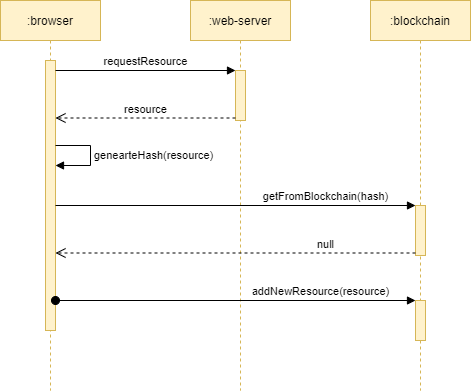
This is resource-assurer/docs/add-new-resource.png from PoladMahmudov/master-thesis, a draw.io export, as it was before one commit. Source tidied: cells renumbered, new cells last; positions are measured from the earlier drawing's top-left corner, leaving out a move shared by most shapes.
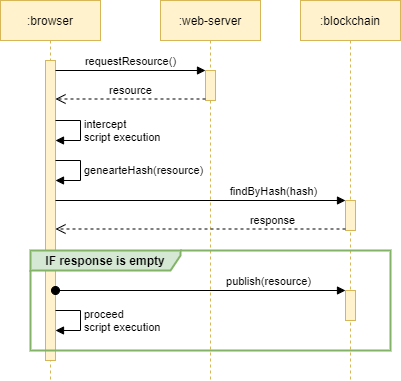
The same diagram one commit later.

What changed in the source:
```diff
@@ -3,48 +3,75 @@
     <mxCell id="0" />
     <mxCell id="1" parent="0" />
     <mxCell id="2" value=":browser" style="shape=umlLifeline;perimeter=lifelinePerimeter;whiteSpace=wrap;html=1;fillColor=#fff2cc;strokeColor=#d6b656;" parent="1" vertex="1">
-      <mxGeometry width="100" height="390" as="geometry" />
+      <mxGeometry width="100" height="380" as="geometry" />
     </mxCell>
     <mxCell id="3" style="html=1;points=[];perimeter=orthogonalPerimeter;fillColor=#fff2cc;strokeColor=#d6b656;" parent="2" vertex="1">
-      <mxGeometry x="45" y="60" width="10" height="270" as="geometry" />
+      <mxGeometry x="45" y="60" width="10" height="300" as="geometry" />
     </mxCell>
-    <mxCell id="4" value="genearteHash(resource)" style="edgeStyle=orthogonalEdgeStyle;html=1;align=left;spacingLeft=2;endArrow=block;rounded=0;" parent="2" edge="1" source="3" target="3">
+    <mxCell id="4" value="genearteHash(resource)" style="edgeStyle=orthogonalEdgeStyle;html=1;align=left;spacingLeft=2;endArrow=block;rounded=0;" parent="2" edge="1">
       <mxGeometry relative="1" as="geometry">
+        <mxPoint x="55" y="160" as="sourcePoint" />
+        <mxPoint x="55" y="180" as="targetPoint" />
         <Array as="points">
-          <mxPoint x="90" y="145" />
-          <mxPoint x="90" y="165" />
+          <mxPoint x="80" y="160" />
+          <mxPoint x="80" y="180" />
         </Array>
       </mxGeometry>
     </mxCell>
+    <mxCell id="15" value="intercept &lt;br&gt;script execution" style="edgeStyle=orthogonalEdgeStyle;html=1;align=left;spacingLeft=2;endArrow=block;rounded=0;" parent="2" edge="1" source="3" target="3">
+      <mxGeometry relative="1" as="geometry">
+        <Array as="points">
+          <mxPoint x="80" y="120" />
+          <mxPoint x="80" y="140" />
+        </Array>
+      </mxGeometry>
+    </mxCell>
+    <mxCell id="16" value="proceed&lt;br&gt;script execution" style="edgeStyle=orthogonalEdgeStyle;html=1;align=left;spacingLeft=2;endArrow=block;rounded=0;" parent="2" edge="1" source="3" target="3">
+      <mxGeometry relative="1" as="geometry">
+        <Array as="points">
+          <mxPoint x="80" y="310" />
+          <mxPoint x="80" y="330" />
+        </Array>
+      </mxGeometry>
+    </mxCell>
     <mxCell id="5" value=":blockchain" style="shape=umlLifeline;perimeter=lifelinePerimeter;whiteSpace=wrap;html=1;fillColor=#fff2cc;strokeColor=#d6b656;" parent="1" vertex="1">
-      <mxGeometry x="370" width="100" height="390" as="geometry" />
+      <mxGeometry x="300" width="100" height="380" as="geometry" />
     </mxCell>
     <mxCell id="6" style="html=1;points=[];perimeter=orthogonalPerimeter;fillColor=#fff2cc;strokeColor=#d6b656;" parent="5" vertex="1">
-      <mxGeometry x="45" y="205" width="10" height="50" as="geometry" />
+      <mxGeometry x="45" y="200" width="10" height="30" as="geometry" />
     </mxCell>
     <mxCell id="7" style="html=1;points=[];perimeter=orthogonalPerimeter;fillColor=#fff2cc;strokeColor=#d6b656;" parent="5" vertex="1">
-      <mxGeometry x="45" y="300" width="10" height="40" as="geometry" />
+      <mxGeometry x="45" y="290" width="10" height="30" as="geometry" />
     </mxCell>
     <mxCell id="8" value=":web-server" style="shape=umlLifeline;perimeter=lifelinePerimeter;whiteSpace=wrap;html=1;fillColor=#fff2cc;strokeColor=#d6b656;" parent="1" vertex="1">
-      <mxGeometry x="190" width="100" height="390" as="geometry" />
+      <mxGeometry x="160" width="100" height="380" as="geometry" />
     </mxCell>
     <mxCell id="9" style="html=1;points=[];perimeter=orthogonalPerimeter;fillColor=#fff2cc;strokeColor=#d6b656;" parent="8" vertex="1">
-      <mxGeometry x="45" y="70" width="10" height="50" as="geometry" />
+      <mxGeometry x="45" y="70" width="10" height="30" as="geometry" />
     </mxCell>
-    <mxCell id="10" value="requestResource" style="html=1;verticalAlign=bottom;endArrow=block;entryX=0;entryY=0;" parent="1" edge="1" source="3" target="9">
+    <mxCell id="10" value="requestResource()" style="html=1;verticalAlign=bottom;endArrow=block;entryX=0;entryY=0;" parent="1" edge="1" source="3" target="9">
       <mxGeometry relative="1" as="geometry" />
     </mxCell>
     <mxCell id="11" value="resource" style="html=1;verticalAlign=bottom;endArrow=open;dashed=1;endSize=8;exitX=0;exitY=0.95;" parent="1" edge="1" source="9" target="3">
       <mxGeometry relative="1" as="geometry" />
     </mxCell>
-    <mxCell id="12" value="getFromBlockchain(hash)" style="html=1;verticalAlign=bottom;endArrow=block;entryX=0;entryY=0;" parent="1" edge="1" source="3" target="6">
-      <mxGeometry x="0.5" relative="1" as="geometry" />
+    <mxCell id="12" value="findByHash(hash)" style="html=1;verticalAlign=bottom;endArrow=block;entryX=0;entryY=0;" parent="1" edge="1" target="6">
+      <mxGeometry x="0.5" relative="1" as="geometry">
+        <mxPoint x="55" y="200" as="sourcePoint" />
+      </mxGeometry>
     </mxCell>
-    <mxCell id="13" value="null" style="html=1;verticalAlign=bottom;endArrow=open;dashed=1;endSize=8;exitX=0;exitY=0.95;" parent="1" edge="1" source="6" target="3">
-      <mxGeometry x="-0.5" relative="1" as="geometry" />
+    <mxCell id="13" value="response" style="html=1;verticalAlign=bottom;endArrow=open;dashed=1;endSize=8;exitX=0;exitY=0.95;" parent="1" edge="1" source="6">
+      <mxGeometry x="-0.5" relative="1" as="geometry">
+        <mxPoint x="55" y="228.5" as="targetPoint" />
+      </mxGeometry>
     </mxCell>
-    <mxCell id="14" value="addNewResource(resource)" style="html=1;verticalAlign=bottom;startArrow=oval;endArrow=block;startSize=8;" parent="1" edge="1" source="3" target="7">
-      <mxGeometry x="0.47" relative="1" as="geometry" />
+    <mxCell id="14" value="publish(resource)" style="html=1;verticalAlign=bottom;startArrow=oval;endArrow=block;startSize=8;" parent="1" edge="1" target="7">
+      <mxGeometry x="0.47" relative="1" as="geometry">
+        <mxPoint x="55" y="290" as="sourcePoint" />
+      </mxGeometry>
     </mxCell>
+    <mxCell id="17" value="IF response is empty" style="shape=umlFrame;whiteSpace=wrap;html=1;fillColor=#d5e8d4;strokeColor=#82b366;width=150;height=20;fontStyle=1;strokeWidth=2;" parent="1" vertex="1">
+      <mxGeometry x="30" y="250" width="360" height="100" as="geometry" />
+    </mxCell>
   </root>
 </mxGraphModel>
```
